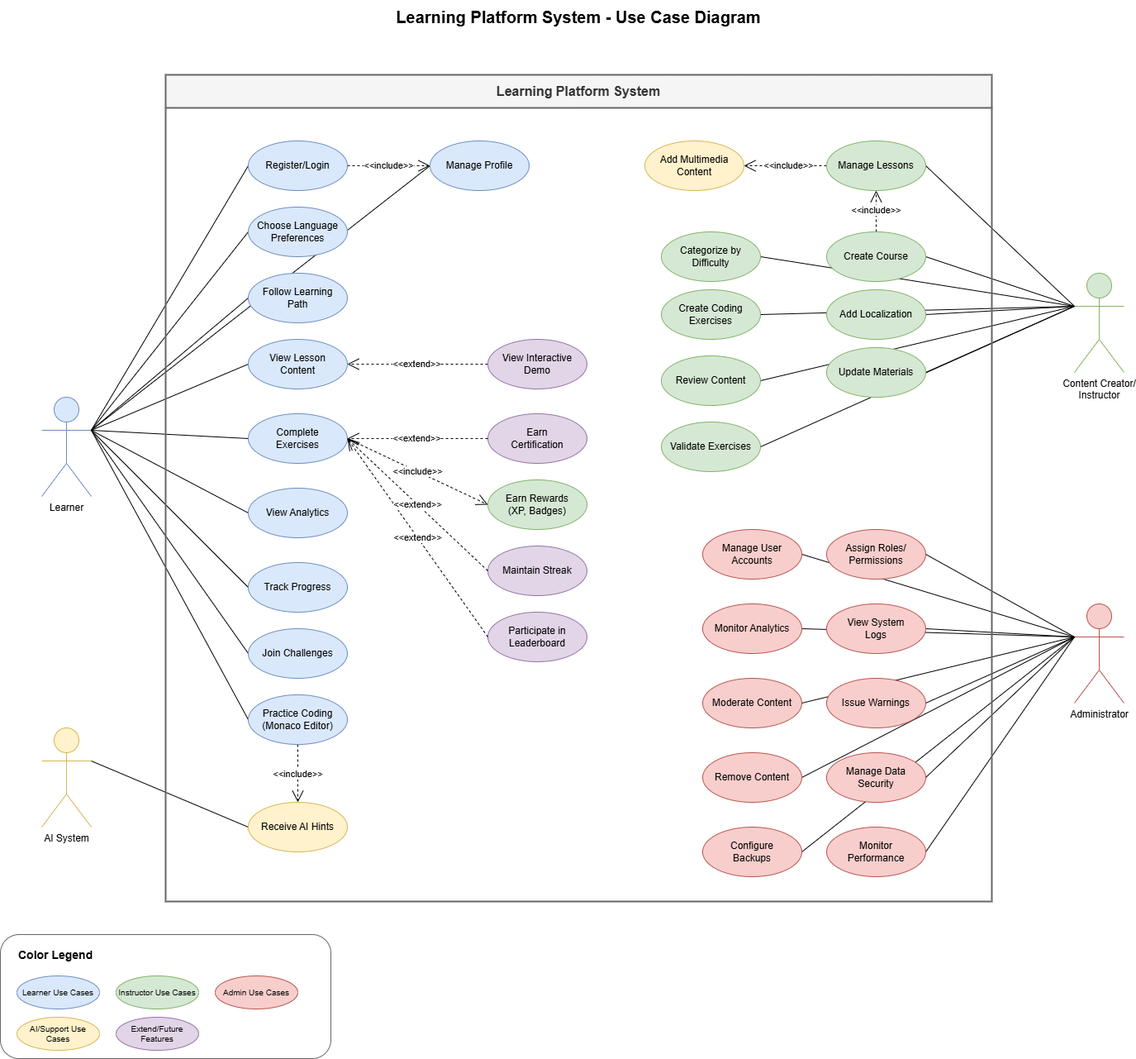
moh123mos/duocodo-docs keeps this draw.io diagram as docs/public/assets/CH05/use-case-diagram.png. Above is the earlier version. Source tidied: cells renumbered, new cells last; positions are measured from the earlier drawing's top-left corner, leaving out a move shared by most shapes.
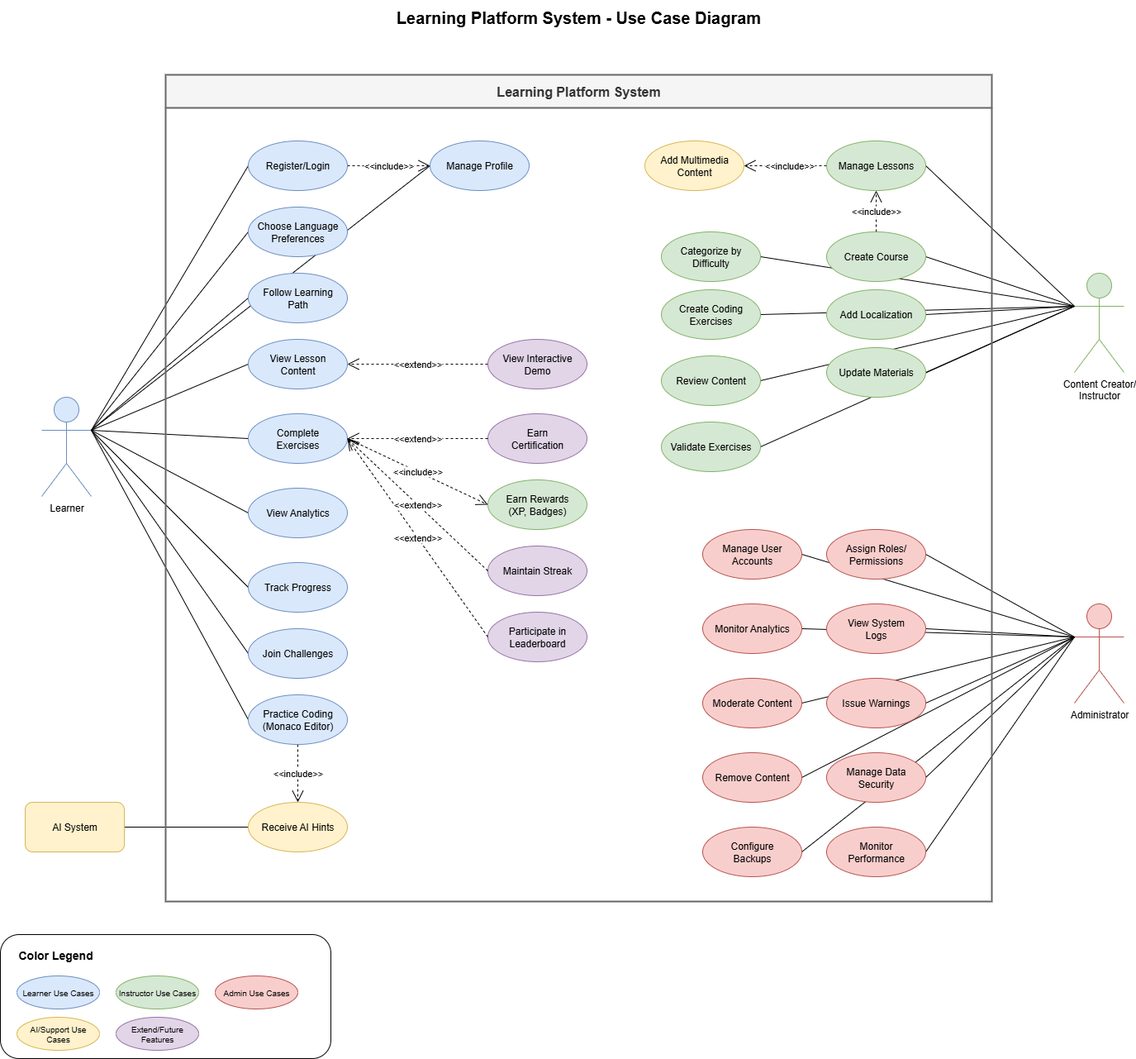
Later version of the same file.

Diff of the diagram source:
```diff
@@ -17,9 +17,6 @@
     <mxCell id="6" value="Administrator" style="shape=umlActor;verticalLabelPosition=bottom;verticalAlign=top;html=1;outlineConnect=0;fillColor=#f8cecc;strokeColor=#b85450;" parent="1" vertex="1">
       <mxGeometry x="1300" y="730" width="60" height="120" as="geometry" />
     </mxCell>
-    <mxCell id="7" value="AI System" style="shape=umlActor;verticalLabelPosition=bottom;verticalAlign=top;html=1;outlineConnect=0;fillColor=#fff2cc;strokeColor=#d6b656;" parent="1" vertex="1">
-      <mxGeometry x="50" y="880" width="60" height="120" as="geometry" />
-    </mxCell>
     <mxCell id="8" style="endArrow=none;html=1;exitX=1;exitY=0.3333333333333333;exitDx=0;exitDy=0;exitPerimeter=0;entryX=0;entryY=0.5;entryDx=0;entryDy=0;" parent="1" edge="1" source="4" target="49">
       <mxGeometry relative="1" as="geometry" />
     </mxCell>
@@ -101,7 +98,7 @@
     <mxCell id="34" style="endArrow=none;html=1;exitX=0;exitY=0.3333333333333333;exitDx=0;exitDy=0;exitPerimeter=0;entryX=1;entryY=0.5;entryDx=0;entryDy=0;" parent="1" edge="1" source="6" target="81">
       <mxGeometry relative="1" as="geometry" />
     </mxCell>
-    <mxCell id="35" style="endArrow=none;html=1;exitX=1;exitY=0.3333333333333333;exitDx=0;exitDy=0;exitPerimeter=0;entryX=0;entryY=0.5;entryDx=0;entryDy=0;" parent="1" edge="1" source="7" target="56">
+    <mxCell id="35" style="endArrow=none;html=1;exitX=1;exitY=0.5;exitDx=0;exitDy=0;entryX=0;entryY=0.5;entryDx=0;entryDy=0;" parent="1" edge="1" source="7" target="56">
       <mxGeometry relative="1" as="geometry" />
     </mxCell>
     <mxCell id="36" value="&amp;lt;&amp;lt;include&amp;gt;&amp;gt;" style="endArrow=open;endSize=12;dashed=1;html=1;exitX=1;exitY=0.5;exitDx=0;exitDy=0;entryX=0;entryY=0.5;entryDx=0;entryDy=0;" parent="1" edge="1" source="49" target="50">
@@ -119,7 +116,7 @@
     <mxCell id="40" value="&amp;lt;&amp;lt;extend&amp;gt;&amp;gt;" style="endArrow=open;endSize=12;dashed=1;html=1;exitX=0;exitY=0.5;exitDx=0;exitDy=0;entryX=1;entryY=0.5;entryDx=0;entryDy=0;" parent="1" edge="1" source="54" target="53">
       <mxGeometry relative="1" as="geometry" />
     </mxCell>
-    <mxCell id="41" style="rounded=1;whiteSpace=wrap;html=1;strokeColor=#666666;align=left;verticalAlign=top;" parent="1" vertex="1">
+    <mxCell id="41" style="rounded=1;whiteSpace=wrap;html=1;align=left;verticalAlign=top;" parent="1" vertex="1">
       <mxGeometry y="1130" width="400" height="150" as="geometry" />
     </mxCell>
     <mxCell id="42" value="Color Legend" style="text;html=1;strokeColor=none;fillColor=none;align=left;verticalAlign=top;whiteSpace=wrap;rounded=0;fontSize=14;fontStyle=1;" parent="1" vertex="1">
@@ -260,5 +257,8 @@
     <mxCell id="87" value="&amp;lt;&amp;lt;extend&amp;gt;&amp;gt;" style="endArrow=open;endSize=12;dashed=1;html=1;exitX=0;exitY=0.5;exitDx=0;exitDy=0;entryX=1;entryY=0.5;entryDx=0;entryDy=0;" parent="48" edge="1" source="62" target="83">
       <mxGeometry relative="1" as="geometry" />
     </mxCell>
+    <mxCell id="7" value="AI System" style="rounded=1;whiteSpace=wrap;html=1;fillColor=#fff2cc;strokeColor=#d6b656;" parent="1" vertex="1">
+      <mxGeometry x="30" y="970" width="120" height="60" as="geometry" />
+    </mxCell>
   </root>
 </mxGraphModel>
```
